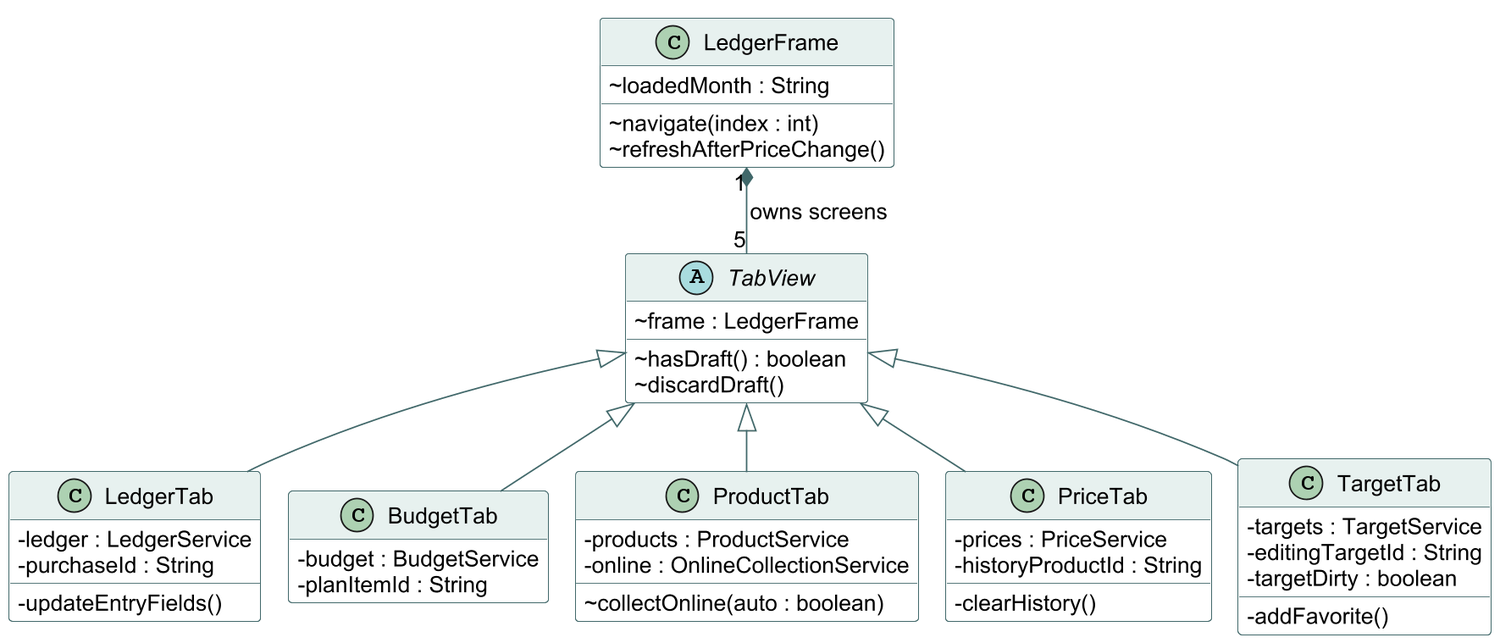
hyeonsu-test/smart-grocery-ledger keeps this PlantUML diagram as doc/class-storage-ui.png. Above is the earlier version.
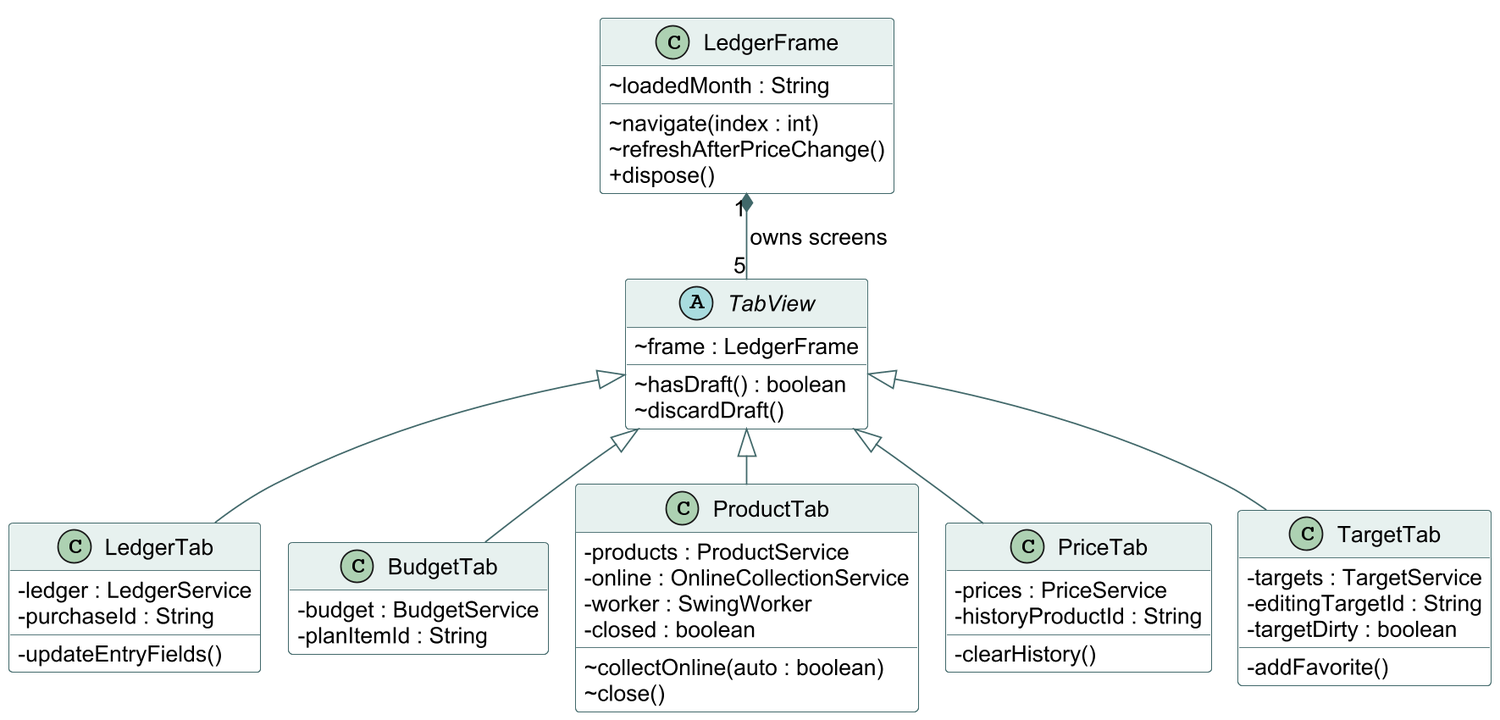
After the commit.

The edit, as a diff of the source:
```diff
@@ -15,6 +15,7 @@
   ~ loadedMonth : String
   ~ navigate(index : int)
   ~ refreshAfterPriceChange()
+  + dispose()
 }
 abstract class TabView {
   ~ frame : LedgerFrame
@@ -33,7 +34,10 @@
 class ProductTab {
   - products : ProductService
   - online : OnlineCollectionService
+  - worker : SwingWorker
+  - closed : boolean
   ~ collectOnline(auto : boolean)
+  ~ close()
 }
 class PriceTab {
   - prices : PriceService
```
